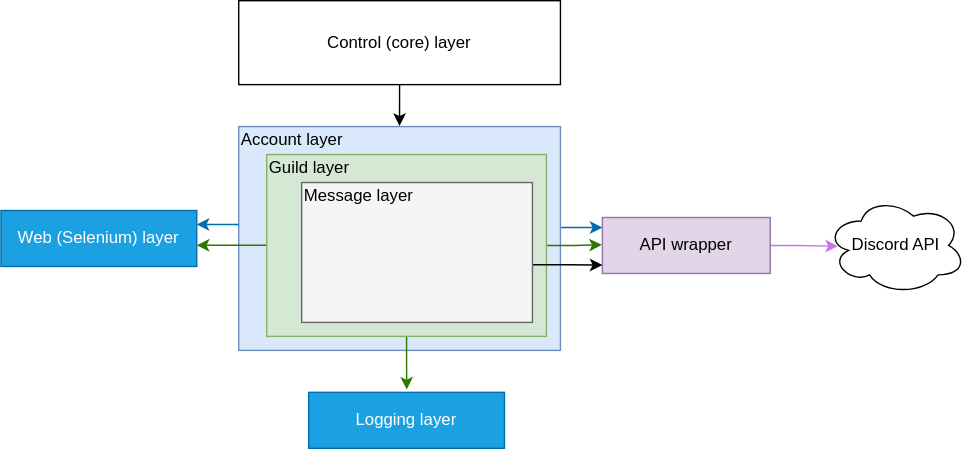
The draw.io diagram docs/thesis/images/daf_abstraction.drawio.svg in davidhozic/discord-advertisement-framework, before a commit. Source tidied: cells renumbered, new cells last; positions are measured from the earlier drawing's top-left corner, leaving out a move shared by most shapes.
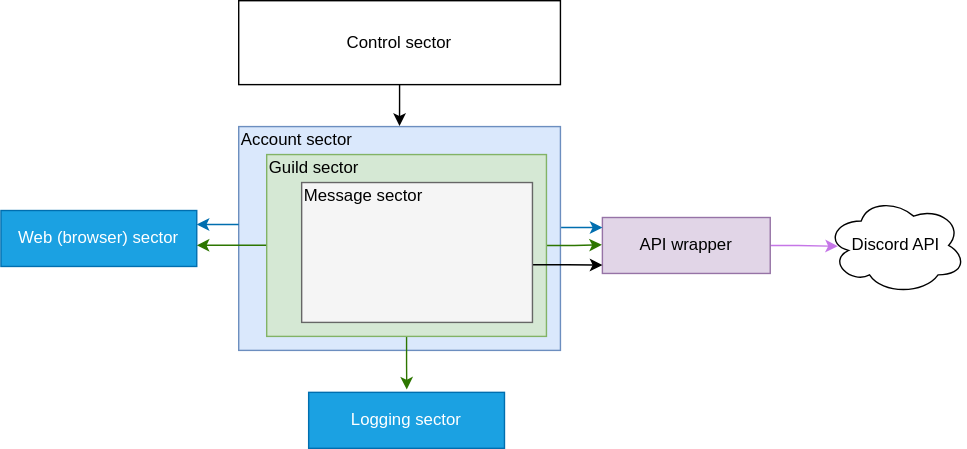
Later version of the same file.

Diff of the diagram source:
```diff
@@ -11,10 +11,10 @@
     <mxCell id="4" value="Discord API" style="ellipse;shape=cloud;whiteSpace=wrap;html=1;fillColor=none;gradientColor=none;" parent="1" vertex="1">
       <mxGeometry x="590" y="140" width="100" height="70" as="geometry" />
     </mxCell>
-    <mxCell id="5" value="Web (Selenium) layer" style="rounded=0;whiteSpace=wrap;html=1;fillColor=#1ba1e2;strokeColor=#006EAF;fontColor=#ffffff;" parent="1" vertex="1">
+    <mxCell id="5" value="Web (browser) sector" style="rounded=0;whiteSpace=wrap;html=1;fillColor=#1ba1e2;strokeColor=#006EAF;fontColor=#ffffff;" parent="1" vertex="1">
       <mxGeometry y="150" width="140" height="40" as="geometry" />
     </mxCell>
-    <mxCell id="6" value="Logging layer" style="rounded=0;whiteSpace=wrap;html=1;fillColor=#1ba1e2;strokeColor=#006EAF;fontColor=#ffffff;" parent="1" vertex="1">
+    <mxCell id="6" value="Logging sector" style="rounded=0;whiteSpace=wrap;html=1;fillColor=#1ba1e2;strokeColor=#006EAF;fontColor=#ffffff;" parent="1" vertex="1">
       <mxGeometry x="220" y="280" width="140" height="40" as="geometry" />
     </mxCell>
     <mxCell id="7" style="edgeStyle=orthogonalEdgeStyle;rounded=0;jettySize=auto;html=1;strokeColor=#006EAF;fillColor=#1ba1e2;exitX=1.002;exitY=0.451;exitDx=0;exitDy=0;exitPerimeter=0;" parent="1" edge="1" source="8">
@@ -45,13 +45,13 @@
     <mxCell id="13" style="rounded=0;whiteSpace=wrap;html=1;fillColor=#f5f5f5;strokeColor=#666666;fontColor=#333333;" parent="1" vertex="1">
       <mxGeometry x="215" y="130" width="165" height="100" as="geometry" />
     </mxCell>
-    <mxCell id="14" value="Account layer" style="text;html=1;strokeColor=none;fillColor=none;align=left;verticalAlign=middle;whiteSpace=wrap;rounded=0;" parent="1" vertex="1">
+    <mxCell id="14" value="Account&amp;nbsp;&lt;span style=&quot;text-align: center;&quot;&gt;sector&lt;/span&gt;" style="text;html=1;strokeColor=none;fillColor=none;align=left;verticalAlign=middle;whiteSpace=wrap;rounded=0;" parent="1" vertex="1">
       <mxGeometry x="170" y="90" width="120" height="20" as="geometry" />
     </mxCell>
-    <mxCell id="15" value="Guild layer" style="text;html=1;strokeColor=none;fillColor=none;align=left;verticalAlign=middle;whiteSpace=wrap;rounded=0;" parent="1" vertex="1">
+    <mxCell id="15" value="Guild&amp;nbsp;&lt;span style=&quot;text-align: center;&quot;&gt;sector&lt;/span&gt;" style="text;html=1;strokeColor=none;fillColor=none;align=left;verticalAlign=middle;whiteSpace=wrap;rounded=0;" parent="1" vertex="1">
       <mxGeometry x="190" y="110" width="120" height="20" as="geometry" />
     </mxCell>
-    <mxCell id="16" value="Message layer" style="text;html=1;strokeColor=none;fillColor=none;align=left;verticalAlign=middle;whiteSpace=wrap;rounded=0;" parent="1" vertex="1">
+    <mxCell id="16" value="Message&amp;nbsp;&lt;span style=&quot;text-align: center;&quot;&gt;sector&lt;/span&gt;" style="text;html=1;strokeColor=none;fillColor=none;align=left;verticalAlign=middle;whiteSpace=wrap;rounded=0;" parent="1" vertex="1">
       <mxGeometry x="215" y="130" width="120" height="20" as="geometry" />
     </mxCell>
     <mxCell id="17" style="edgeStyle=orthogonalEdgeStyle;rounded=0;jettySize=auto;html=1;strokeColor=#006EAF;" parent="1" edge="1" source="8" target="5">
@@ -70,7 +70,7 @@
     <mxCell id="19" style="edgeStyle=orthogonalEdgeStyle;rounded=0;jettySize=auto;html=1;strokeColor=#000000;entryX=0.958;entryY=-0.025;entryDx=0;entryDy=0;entryPerimeter=0;" parent="1" edge="1" source="20" target="14">
       <mxGeometry relative="1" as="geometry" />
     </mxCell>
-    <mxCell id="20" value="Control (core) layer" style="rounded=0;whiteSpace=wrap;html=1;" parent="1" vertex="1">
+    <mxCell id="20" value="Control sector" style="rounded=0;whiteSpace=wrap;html=1;" parent="1" vertex="1">
       <mxGeometry x="170" width="230" height="60" as="geometry" />
     </mxCell>
   </root>
```
